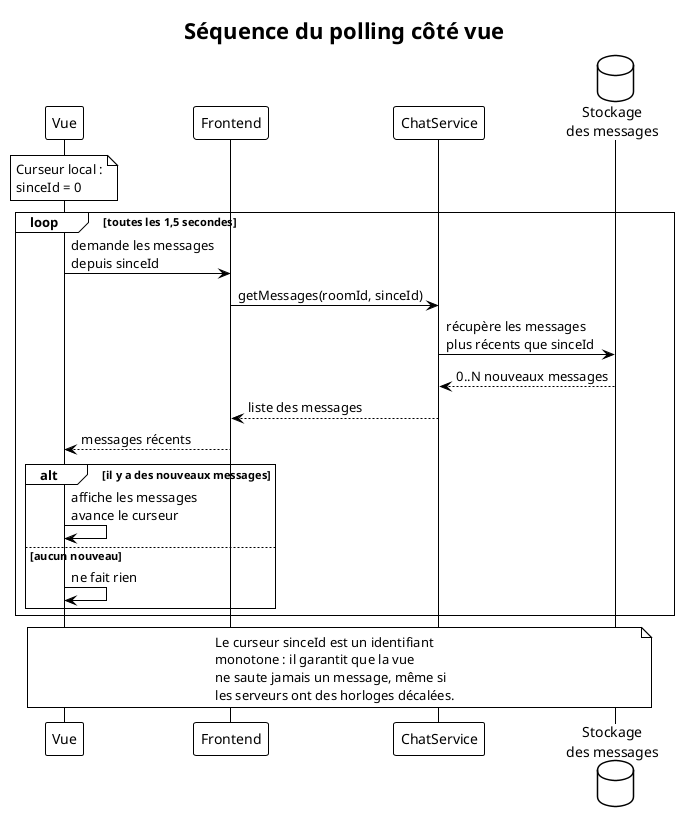
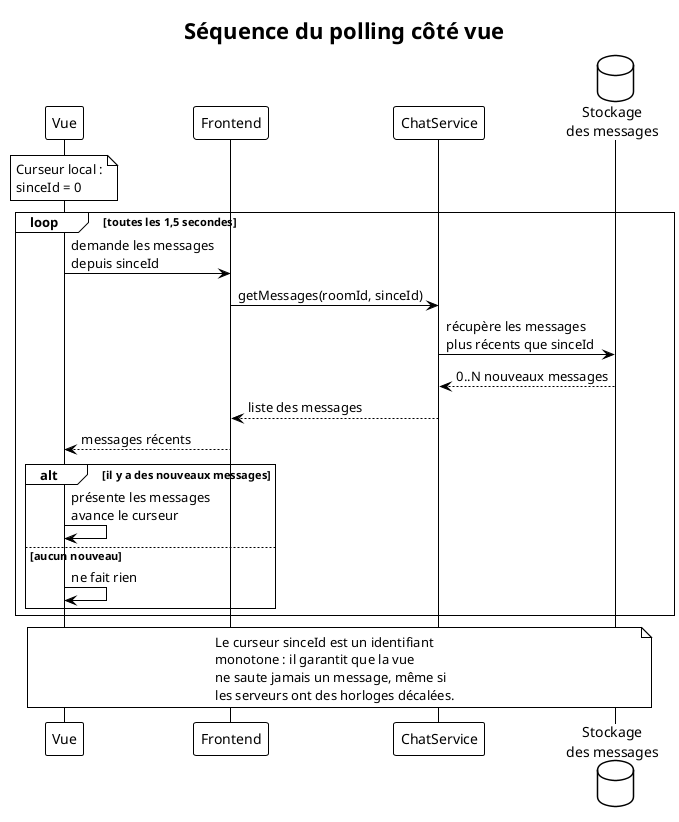
@startuml sequence-polling-simple
!theme plain
skinparam backgroundColor #FFFFFF
skinparam defaultFontName "Helvetica"

title Séquence du polling côté vue

participant "Vue" as nav
participant "Frontend" as front
participant "ChatService" as chat
database "Stockage\ndes messages" as db

note over nav
  Curseur local :
  sinceId = 0
end note

loop toutes les 1,5 secondes
  nav -> front : demande les messages\ndepuis sinceId
  front -> chat : getMessages(roomId, sinceId)
  chat -> db : récupère les messages\nplus récents que sinceId
  db --> chat : 0..N nouveaux messages
  chat --> front : liste des messages
  front --> nav : messages récents

  alt il y a des nouveaux messages
-     nav -> nav : affiche les messages\navance le curseur
+     nav -> nav : présente les messages\navance le curseur
  else aucun nouveau
    nav -> nav : ne fait rien
  end
end

note over nav, db
  Le curseur sinceId est un identifiant
  monotone : il garantit que la vue
  ne saute jamais un message, même si
  les serveurs ont des horloges décalées.
end note

@enduml
